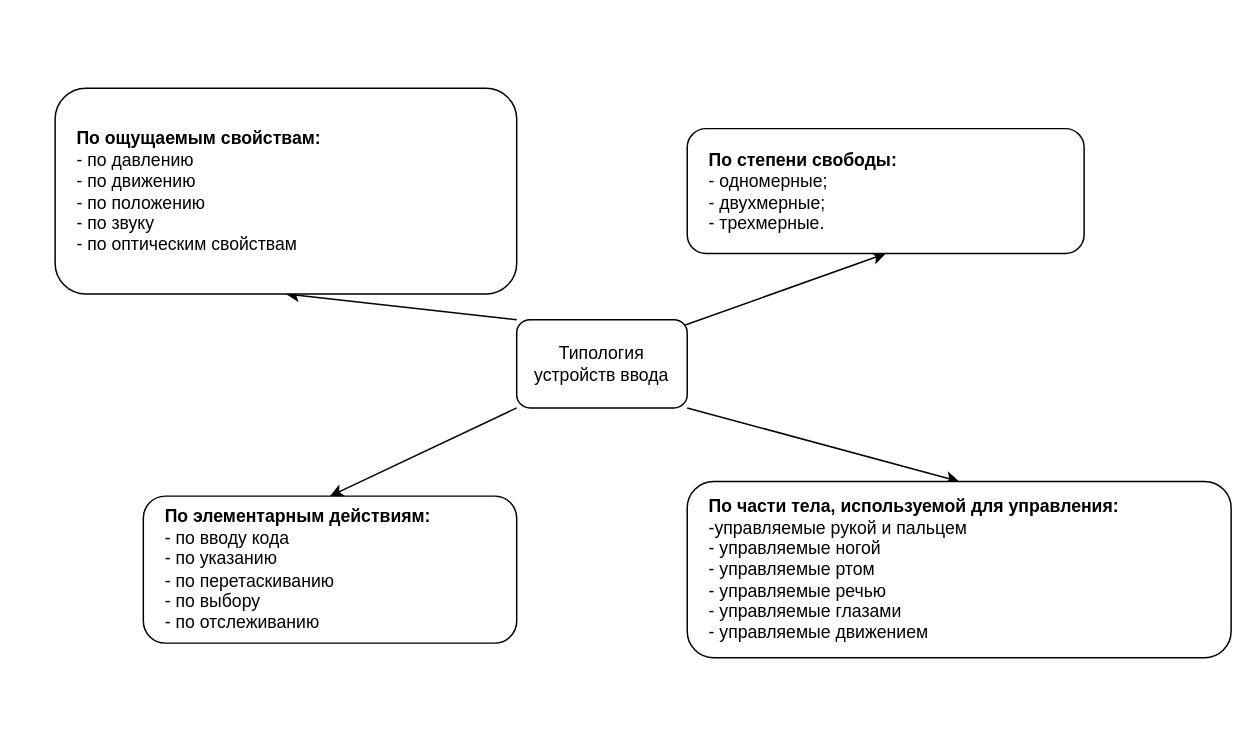
The draw.io diagram ГОСТ 9241-400-2013.drawio in necoray/DrawIo, before the edit. Source tidied: cells renumbered, new cells numbered last; positions are measured from the earlier drawing's top-left corner, leaving out a move shared by most shapes. Both pictures are drawn from the tidied source at 147%, with x=0, y=0 at pixel (54, 87).
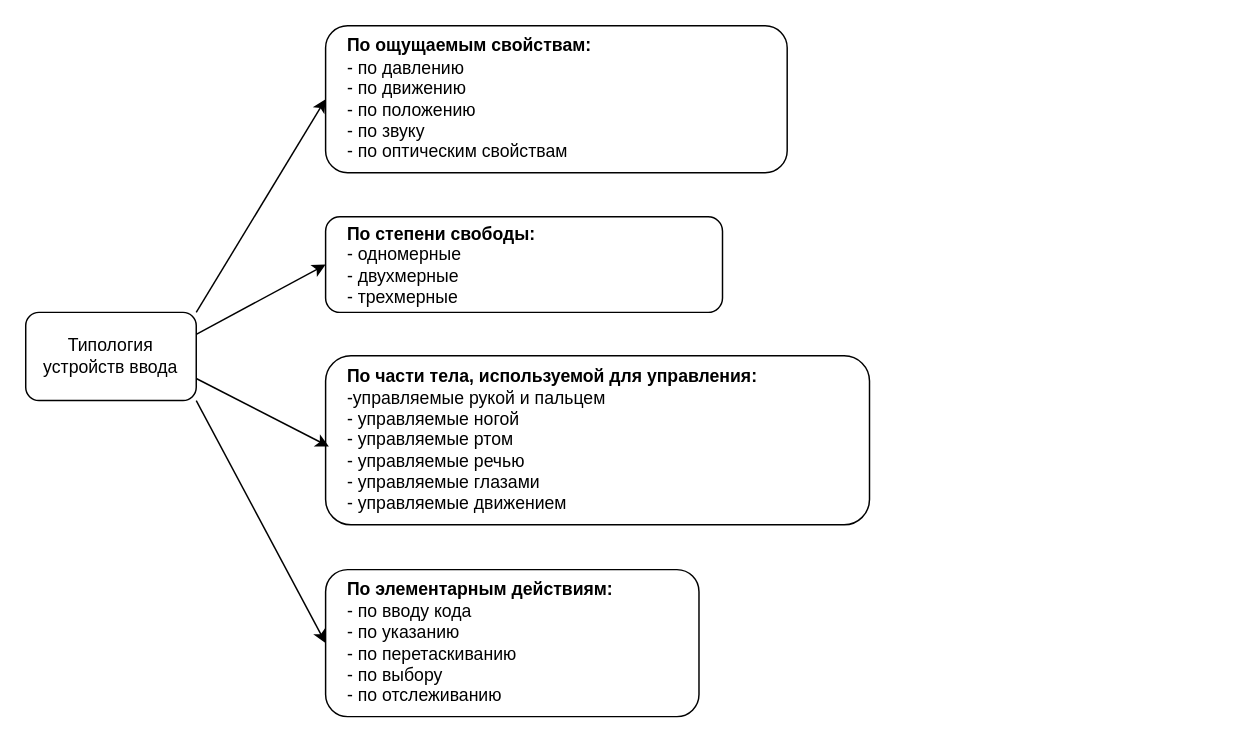
After the change.

The edit, as a diff of the source:
```diff
@@
 <mxGraphModel>
   <root>
     <mxCell id="0" />
     <mxCell id="1" parent="0" />
-    <mxCell id="2" style="rounded=0;jettySize=auto;html=1;exitX=0.972;exitY=0.071;exitDx=0;exitDy=0;exitPerimeter=0;entryX=0.5;entryY=1;entryDx=0;entryDy=0;" parent="1" edge="1" source="6" target="7">
-      <mxGeometry relative="1" as="geometry" />
-    </mxCell>
-    <mxCell id="3" style="edgeStyle=none;shape=connector;rounded=0;jettySize=auto;html=1;exitX=0;exitY=0;exitDx=0;exitDy=0;strokeColor=default;align=center;verticalAlign=middle;fontFamily=Helvetica;fontSize=11;fontColor=default;labelBackgroundColor=default;endArrow=classic;entryX=0.5;entryY=1;entryDx=0;entryDy=0;" parent="1" edge="1" source="6" target="9">
+    <mxCell id="3" style="edgeStyle=none;shape=connector;rounded=0;jettySize=auto;html=1;exitX=1;exitY=0;exitDx=0;exitDy=0;entryX=0;entryY=0.5;entryDx=0;entryDy=0;strokeColor=default;align=center;verticalAlign=middle;fontFamily=Helvetica;fontSize=11;fontColor=default;labelBackgroundColor=default;endArrow=classic;" parent="1" edge="1" source="6" target="9">
       <mxGeometry relative="1" as="geometry" />
     </mxCell>
-    <mxCell id="4" style="edgeStyle=none;shape=connector;rounded=0;jettySize=auto;html=1;exitX=0;exitY=1;exitDx=0;exitDy=0;strokeColor=default;align=center;verticalAlign=middle;fontFamily=Helvetica;fontSize=11;fontColor=default;labelBackgroundColor=default;endArrow=classic;entryX=0.5;entryY=0;entryDx=0;entryDy=0;" parent="1" edge="1" source="6" target="10">
+    <mxCell id="4" style="edgeStyle=none;shape=connector;rounded=0;jettySize=auto;html=1;exitX=1;exitY=1;exitDx=0;exitDy=0;entryX=0;entryY=0.5;entryDx=0;entryDy=0;strokeColor=default;align=center;verticalAlign=middle;fontFamily=Helvetica;fontSize=11;fontColor=default;labelBackgroundColor=default;endArrow=classic;" parent="1" edge="1" source="6" target="10">
       <mxGeometry relative="1" as="geometry" />
     </mxCell>
-    <mxCell id="5" style="edgeStyle=none;shape=connector;rounded=0;jettySize=auto;html=1;exitX=1;exitY=1;exitDx=0;exitDy=0;strokeColor=default;align=center;verticalAlign=middle;fontFamily=Helvetica;fontSize=11;fontColor=default;labelBackgroundColor=default;endArrow=classic;entryX=0.5;entryY=0;entryDx=0;entryDy=0;" parent="1" edge="1" source="6" target="8">
-      <mxGeometry relative="1" as="geometry" />
-    </mxCell>
+    <mxCell id="2" style="edgeStyle=none;shape=connector;rounded=0;jettySize=auto;html=1;exitX=1;exitY=0.25;exitDx=0;exitDy=0;entryX=0;entryY=0.5;entryDx=0;entryDy=0;strokeColor=default;align=center;verticalAlign=middle;fontFamily=Helvetica;fontSize=11;fontColor=default;labelBackgroundColor=default;endArrow=classic;" parent="1" edge="1" source="6" target="7">
+      <mxGeometry relative="1" as="geometry" />
+    </mxCell>
     <mxCell id="6" value="&lt;span style=&quot;color: rgb(0, 0, 0); font-family: Helvetica; font-size: 12px; font-style: normal; font-variant-ligatures: normal; font-variant-caps: normal; font-weight: 400; letter-spacing: normal; orphans: 2; text-align: center; text-indent: 0px; text-transform: none; widows: 2; word-spacing: 0px; -webkit-text-stroke-width: 0px; white-space: normal; text-decoration-thickness: initial; text-decoration-style: initial; text-decoration-color: initial; float: none; display: inline !important;&quot;&gt;Типология устройств ввода&lt;/span&gt;" style="rounded=1;whiteSpace=wrap;html=1;" parent="1" vertex="1">
-      <mxGeometry x="314" y="158" width="116" height="60" as="geometry" />
+      <mxGeometry x="-20" y="153" width="116" height="60" as="geometry" />
     </mxCell>
-    <mxCell id="7" value="&lt;b&gt;По степени свободы:&amp;nbsp;&lt;/b&gt;&lt;br&gt;&lt;span style=&quot;background-color: transparent; color: light-dark(rgb(0, 0, 0), rgb(255, 255, 255));&quot;&gt;- одномерные;&lt;/span&gt;&lt;br&gt;&lt;span style=&quot;background-color: transparent; color: light-dark(rgb(0, 0, 0), rgb(255, 255, 255));&quot;&gt;- двухмерные;&lt;/span&gt;&lt;br&gt;- трехмерные." style="whiteSpace=wrap;html=1;rounded=1;align=left;perimeterSpacing=0;spacingLeft=13;spacing=2;" parent="1" vertex="1">
-      <mxGeometry x="430" y="28" width="270" height="85" as="geometry" />
+    <mxCell id="7" value="&lt;b&gt;По степени свободы:&amp;nbsp;&lt;/b&gt;&lt;br&gt;&lt;span style=&quot;background-color: transparent; color: light-dark(rgb(0, 0, 0), rgb(255, 255, 255));&quot;&gt;- одномерные&lt;/span&gt;&lt;br&gt;&lt;span style=&quot;background-color: transparent; color: light-dark(rgb(0, 0, 0), rgb(255, 255, 255));&quot;&gt;- двухмерные&lt;/span&gt;&lt;br&gt;- трехмерные" style="whiteSpace=wrap;html=1;rounded=1;align=left;perimeterSpacing=0;spacingLeft=13;spacing=2;" parent="1" vertex="1">
+      <mxGeometry x="184" y="88" width="270" height="65" as="geometry" />
     </mxCell>
     <mxCell id="8" value="&lt;b&gt;По части тела, используемой для управления:&lt;/b&gt;&lt;br&gt;-управляемые рукой и пальцем&lt;br&gt;- управляемые ногой&lt;br&gt;- управляемые ртом&lt;br&gt;- управляемые речью&lt;br&gt;- управляемые глазами&lt;br&gt;- управляемые движением" style="whiteSpace=wrap;html=1;rounded=1;align=left;spacingLeft=13;" parent="1" vertex="1">
-      <mxGeometry x="430" y="268" width="370" height="120" as="geometry" />
+      <mxGeometry x="184" y="182.5" width="370" height="115" as="geometry" />
     </mxCell>
     <mxCell id="9" value="&lt;b&gt;По ощущаемым свойствам:&lt;/b&gt;&lt;br&gt;- по давлению&lt;br&gt;- по движению&lt;br&gt;- по положению&lt;br&gt;- по звуку&amp;nbsp;&lt;br&gt;- по оптическим свойствам" style="whiteSpace=wrap;html=1;rounded=1;align=left;spacingLeft=13;" parent="1" vertex="1">
-      <mxGeometry y="0.5" width="314" height="140" as="geometry" />
+      <mxGeometry x="184" y="-42" width="314" height="100" as="geometry" />
     </mxCell>
     <mxCell id="10" value="&lt;b&gt;По элементарным действиям:&lt;/b&gt;&lt;br&gt;- по вводу кода&lt;br&gt;- по указанию&lt;br&gt;- по перетаскиванию&lt;br&gt;- по выбору&lt;br&gt;- по отслеживанию" style="whiteSpace=wrap;html=1;rounded=1;align=left;spacingLeft=13;" parent="1" vertex="1">
-      <mxGeometry x="60" y="278" width="254" height="100" as="geometry" />
+      <mxGeometry x="184" y="328" width="254" height="100" as="geometry" />
     </mxCell>
+    <mxCell id="5" style="edgeStyle=none;shape=connector;rounded=0;jettySize=auto;html=1;exitX=1;exitY=0.75;exitDx=0;exitDy=0;entryX=0.006;entryY=0.537;entryDx=0;entryDy=0;entryPerimeter=0;strokeColor=default;align=center;verticalAlign=middle;fontFamily=Helvetica;fontSize=11;fontColor=default;labelBackgroundColor=default;endArrow=classic;" parent="1" edge="1" source="6" target="8">
+      <mxGeometry relative="1" as="geometry" />
+    </mxCell>
   </root>
 </mxGraphModel>
```
